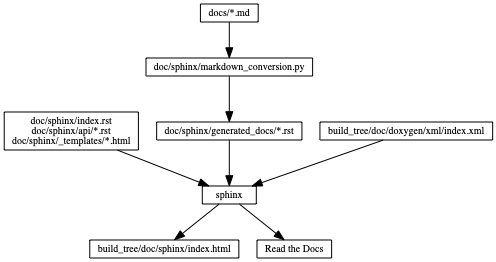
The Graphviz diagram doc/images/sphinx_flow.png in approvals/ApprovalTests.cpp, before a commit. Its source is kept beside it as doc/images/source/sphinx_flow.dot.
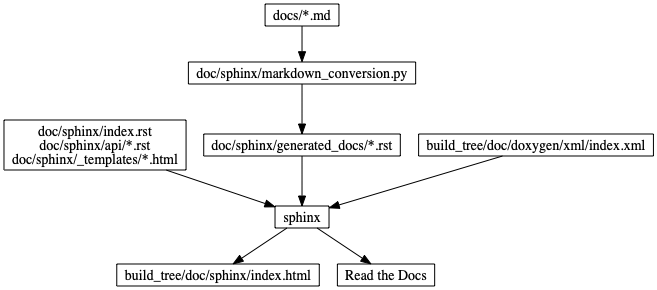
Later version of the same file.

Diff of the diagram source:
```diff
@@ -1,7 +1,7 @@
 digraph doxygen_flow {
     rankdir = "TB"
-    node [fontsize = 10, shape = box, height = 0.25]
-    edge [fontsize = 10]
+    node [fontsize = 14, shape = box, height = 0.25]
+    edge [fontsize = 14]
 
     "sphinx"
 
```
